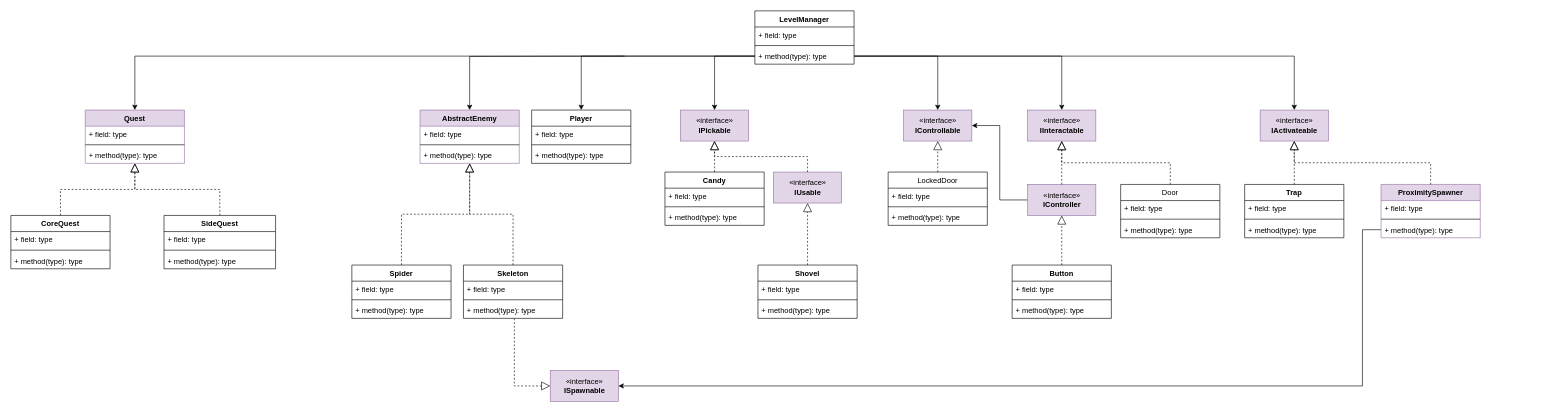
This is Game_Code_Architecture.drawio from cebukas/gamejam2021, a draw.io file, before an edit. Source tidied: cells renumbered, new cells numbered last; positions are measured from the earlier drawing's top-left corner, leaving out a move shared by most shapes. Both pictures are drawn from the tidied source at 62%, with x=0, y=0 at pixel (11, 11).
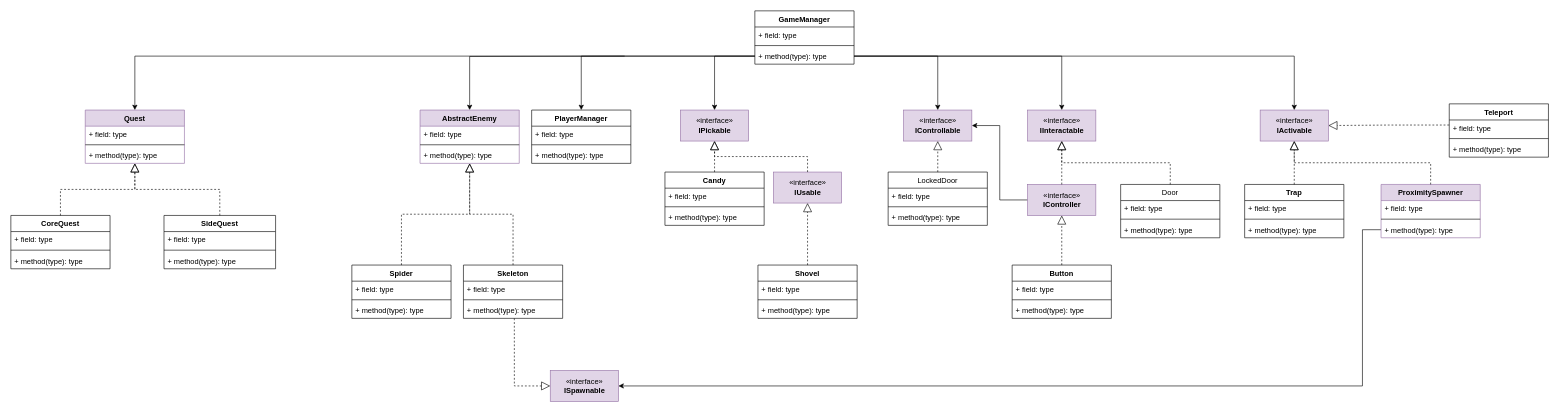
Above is the later version.

What changed in the source:
```diff
@@
-    <mxCell id="2" value="LevelManager&#10;" style="swimlane;fontStyle=1;align=center;verticalAlign=top;horizontal=1;startSize=26;" parent="1" vertex="1">
+    <mxCell id="2" value="GameManager" style="swimlane;fontStyle=1;align=center;verticalAlign=top;horizontal=1;startSize=26;" parent="1" vertex="1">
       <mxGeometry x="1200" width="160" height="86" as="geometry" />
     </mxCell>
@@
-    <mxCell id="6" value="Player&#10;" style="swimlane;fontStyle=1;align=center;verticalAlign=top;horizontal=1;startSize=26;" parent="1" vertex="1">
+    <mxCell id="6" value="PlayerManager" style="swimlane;fontStyle=1;align=center;verticalAlign=top;horizontal=1;startSize=26;" parent="1" vertex="1">
       <mxGeometry x="840" y="160" width="160" height="86" as="geometry" />
     </mxCell>
@@
-    <mxCell id="25" value="«interface»&lt;br&gt;&lt;b&gt;IActivateable&lt;/b&gt;" style="html=1;fillColor=#e1d5e7;strokeColor=#9673a6;" parent="1" vertex="1">
+    <mxCell id="25" value="«interface»&lt;br&gt;&lt;b&gt;IActivable&lt;/b&gt;" style="html=1;fillColor=#e1d5e7;strokeColor=#9673a6;" parent="1" vertex="1">
       <mxGeometry x="2015" y="160" width="110" height="50" as="geometry" />
     </mxCell>
@@
+    <mxCell id="92" value="Teleport" style="swimlane;fontStyle=1;align=center;verticalAlign=top;horizontal=1;startSize=26;" parent="1" vertex="1">
+      <mxGeometry x="2320" y="150" width="160" height="86" as="geometry" />
+    </mxCell>
+    <mxCell id="93" value="+ field: type" style="text;strokeColor=none;fillColor=none;align=left;verticalAlign=top;spacingLeft=4;spacingRight=4;overflow=hidden;points=[[0,0.5],[1,0.5]];portConstraint=eastwest;" parent="92" vertex="1">
+      <mxGeometry y="26" width="160" height="26" as="geometry" />
+    </mxCell>
+    <mxCell id="94" style="line;strokeWidth=1;fillColor=none;align=left;verticalAlign=middle;spacingTop=-1;spacingLeft=3;spacingRight=3;labelPosition=right;" parent="92" vertex="1">
+      <mxGeometry y="52" width="160" height="8" as="geometry" />
+    </mxCell>
+    <mxCell id="95" value="+ method(type): type" style="text;strokeColor=none;fillColor=none;align=left;verticalAlign=top;spacingLeft=4;spacingRight=4;overflow=hidden;" parent="92" vertex="1">
+      <mxGeometry y="60" width="160" height="26" as="geometry" />
+    </mxCell>
+    <mxCell id="96" style="endArrow=block;dashed=1;endFill=0;endSize=12;html=1;rounded=0;edgeStyle=orthogonalEdgeStyle;exitX=-0.001;exitY=0.314;exitDx=0;exitDy=0;entryX=1;entryY=0.5;entryDx=0;entryDy=0;exitPerimeter=0;" parent="1" edge="1" source="93" target="25">
+      <mxGeometry relative="1" as="geometry" />
+    </mxCell>
```
